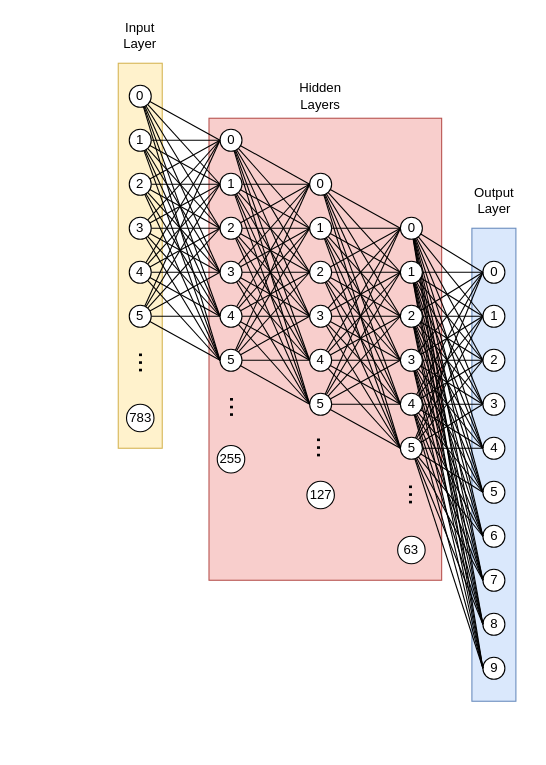
This is nn.drawio from UE4-DevJosh/Neural-Network-Image-Recognition, a draw.io file, before an edit. Source tidied: cells renumbered, new cells numbered last; positions are measured from the earlier drawing's top-left corner, leaving out a move shared by most shapes. Both pictures are drawn from the tidied source at 110%, with x=0, y=0 at pixel (107, 19).
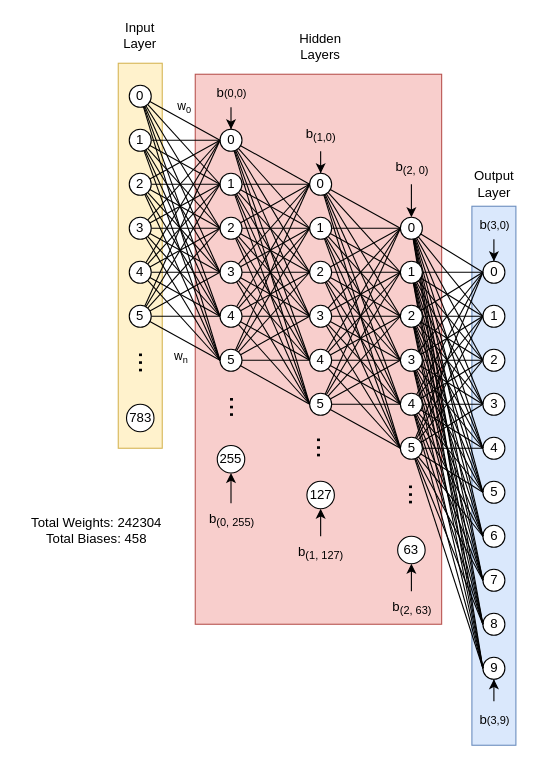
The same page after the edit.

Unchanged cells that the change refers to:
```xml
<mxCell id="5" value="0" style="ellipse;whiteSpace=wrap;html=1;" parent="1" vertex="1">
  <mxGeometry x="341.5" y="220" width="20" height="20" as="geometry" />
</mxCell>
<mxCell id="14" value="9" style="ellipse;whiteSpace=wrap;html=1;" parent="1" vertex="1">
  <mxGeometry x="341.5" y="580" width="20" height="20" as="geometry" />
</mxCell>
<mxCell id="25" value="0" style="ellipse;whiteSpace=wrap;html=1;" parent="1" vertex="1">
  <mxGeometry x="266.5" y="180" width="20" height="20" as="geometry" />
</mxCell>
<mxCell id="82" value="63" style="ellipse;whiteSpace=wrap;html=1;" parent="1" vertex="1">
  <mxGeometry x="264" y="470" width="25" height="25" as="geometry" />
</mxCell>
<mxCell id="89" value="0" style="ellipse;whiteSpace=wrap;html=1;" parent="1" vertex="1">
  <mxGeometry x="184" y="140" width="20" height="20" as="geometry" />
</mxCell>
<mxCell id="125" value="127" style="ellipse;whiteSpace=wrap;html=1;" parent="1" vertex="1">
  <mxGeometry x="181.5" y="420" width="25" height="25" as="geometry" />
</mxCell>
<mxCell id="133" value="0" style="ellipse;whiteSpace=wrap;html=1;" parent="1" vertex="1">
  <mxGeometry x="102.5" y="100" width="20" height="20" as="geometry" />
</mxCell>
<mxCell id="170" value="255" style="ellipse;whiteSpace=wrap;html=1;" parent="1" vertex="1">
  <mxGeometry x="100" y="387.5" width="25" height="25" as="geometry" />
</mxCell>
<mxCell id="171" style="rounded=0;jettySize=auto;html=1;entryX=0;entryY=0.5;entryDx=0;entryDy=0;strokeColor=default;endArrow=none;endFill=0;" parent="1" edge="1" source="177" target="133">
  <mxGeometry relative="1" as="geometry" />
</mxCell>
<mxCell id="211" style="rounded=0;jettySize=auto;html=1;entryX=0;entryY=0.5;entryDx=0;entryDy=0;endArrow=none;endFill=0;" parent="1" edge="1" source="212" target="168">
  <mxGeometry relative="1" as="geometry" />
</mxCell>
```

Change to the diagram source:
```diff
@@
     <mxCell id="2" style="rounded=0;whiteSpace=wrap;html=1;fillColor=#f8cecc;strokeColor=#b85450;" parent="1" vertex="1">
-      <mxGeometry x="92.5" y="90" width="211.5" height="420" as="geometry" />
+      <mxGeometry x="80" y="50" width="224" height="500" as="geometry" />
     </mxCell>
@@
     <mxCell id="4" style="rounded=0;whiteSpace=wrap;html=1;fillColor=#dae8fc;strokeColor=#6c8ebf;" parent="1" vertex="1">
-      <mxGeometry x="331.5" y="190" width="40" height="430" as="geometry" />
+      <mxGeometry x="331.5" y="170" width="40" height="490" as="geometry" />
     </mxCell>
@@
+    <mxCell id="218" value="w&lt;font size=&quot;1&quot;&gt;&lt;sub&gt;0&lt;/sub&gt;&lt;/font&gt;" style="edgeLabel;html=1;align=center;verticalAlign=middle;" parent="171" vertex="1">
+      <mxGeometry x="-0.09" relative="1" as="geometry">
+        <mxPoint x="2" y="-11" as="offset" />
+      </mxGeometry>
+    </mxCell>
@@
+    <mxCell id="219" value="w&lt;font size=&quot;1&quot;&gt;&lt;sub&gt;n&lt;/sub&gt;&lt;/font&gt;" style="edgeLabel;html=1;align=center;verticalAlign=middle;" parent="211" vertex="1">
+      <mxGeometry x="0.09" y="-1" relative="1" as="geometry">
+        <mxPoint x="-7" y="11" as="offset" />
+      </mxGeometry>
+    </mxCell>
@@
     <mxCell id="215" value="Output Layer" style="text;html=1;strokeColor=none;fillColor=none;align=center;verticalAlign=middle;whiteSpace=wrap;rounded=0;" parent="1" vertex="1">
-      <mxGeometry x="321.5" y="150" width="60" height="30" as="geometry" />
+      <mxGeometry x="321.5" y="135" width="60" height="30" as="geometry" />
     </mxCell>
@@
     <mxCell id="217" value="Hidden Layers" style="text;html=1;strokeColor=none;fillColor=none;align=center;verticalAlign=middle;whiteSpace=wrap;rounded=0;" parent="1" vertex="1">
-      <mxGeometry x="164" y="55" width="60" height="30" as="geometry" />
+      <mxGeometry x="164" y="10" width="60" height="30" as="geometry" />
     </mxCell>
+    <mxCell id="220" style="edgeStyle=orthogonalEdgeStyle;rounded=0;jettySize=auto;html=1;entryX=0.5;entryY=0;entryDx=0;entryDy=0;" parent="1" edge="1" source="221" target="89">
+      <mxGeometry relative="1" as="geometry" />
+    </mxCell>
+    <mxCell id="221" value="b&lt;sub&gt;(1,0)&lt;/sub&gt;" style="text;html=1;align=center;verticalAlign=middle;points=[];strokeColor=none;fillColor=none;" parent="1" vertex="1">
+      <mxGeometry x="169" y="90" width="50" height="30" as="geometry" />
+    </mxCell>
+    <mxCell id="222" style="edgeStyle=orthogonalEdgeStyle;rounded=0;jettySize=auto;html=1;entryX=0.5;entryY=0;entryDx=0;entryDy=0;" parent="1" edge="1" source="223" target="25">
+      <mxGeometry relative="1" as="geometry" />
+    </mxCell>
+    <mxCell id="223" value="b&lt;sub&gt;(2, 0)&lt;/sub&gt;" style="text;html=1;align=center;verticalAlign=middle;points=[];strokeColor=none;fillColor=none;" parent="1" vertex="1">
+      <mxGeometry x="251.5" y="120" width="50" height="30" as="geometry" />
+    </mxCell>
+    <mxCell id="224" value="Total Weights: 242304&lt;br&gt;Total Biases: 458" style="text;html=1;align=center;verticalAlign=middle;strokeColor=none;fillColor=none;" parent="1" vertex="1">
+      <mxGeometry x="-80" y="445" width="140" height="40" as="geometry" />
+    </mxCell>
+    <mxCell id="225" style="edgeStyle=orthogonalEdgeStyle;rounded=0;jettySize=auto;html=1;entryX=0.5;entryY=0;entryDx=0;entryDy=0;" parent="1" edge="1" source="226" target="133">
+      <mxGeometry relative="1" as="geometry" />
+    </mxCell>
+    <mxCell id="226" value="&lt;sub&gt;&lt;span style=&quot;font-size: 12px;&quot;&gt;b&lt;/span&gt;(0,0)&lt;/sub&gt;" style="text;html=1;align=center;verticalAlign=middle;points=[];strokeColor=none;fillColor=none;" parent="1" vertex="1">
+      <mxGeometry x="87.5" y="50" width="50" height="30" as="geometry" />
+    </mxCell>
+    <mxCell id="227" style="edgeStyle=orthogonalEdgeStyle;rounded=0;jettySize=auto;html=1;entryX=0.5;entryY=1;entryDx=0;entryDy=0;" parent="1" edge="1" source="228" target="170">
+      <mxGeometry relative="1" as="geometry" />
+    </mxCell>
+    <mxCell id="228" value="b&lt;sub&gt;(0, 255)&lt;/sub&gt;" style="text;html=1;align=center;verticalAlign=middle;points=[];strokeColor=none;fillColor=none;" parent="1" vertex="1">
+      <mxGeometry x="82.5" y="440" width="60" height="30" as="geometry" />
+    </mxCell>
+    <mxCell id="229" style="edgeStyle=orthogonalEdgeStyle;rounded=0;jettySize=auto;html=1;entryX=0.5;entryY=1;entryDx=0;entryDy=0;" parent="1" edge="1" source="230" target="125">
+      <mxGeometry relative="1" as="geometry" />
+    </mxCell>
+    <mxCell id="230" value="b&lt;sub&gt;(1, 127)&lt;/sub&gt;" style="text;html=1;align=center;verticalAlign=middle;points=[];strokeColor=none;fillColor=none;" parent="1" vertex="1">
+      <mxGeometry x="164" y="470" width="60" height="30" as="geometry" />
+    </mxCell>
+    <mxCell id="231" style="edgeStyle=orthogonalEdgeStyle;rounded=0;jettySize=auto;html=1;entryX=0.5;entryY=1;entryDx=0;entryDy=0;" parent="1" edge="1" source="232" target="82">
+      <mxGeometry relative="1" as="geometry" />
+    </mxCell>
+    <mxCell id="232" value="b&lt;sub&gt;(2, 63)&lt;/sub&gt;" style="text;html=1;align=center;verticalAlign=middle;points=[];strokeColor=none;fillColor=none;" parent="1" vertex="1">
+      <mxGeometry x="246.5" y="520" width="60" height="30" as="geometry" />
+    </mxCell>
+    <mxCell id="233" style="edgeStyle=orthogonalEdgeStyle;rounded=0;jettySize=auto;html=1;entryX=0.5;entryY=0;entryDx=0;entryDy=0;" parent="1" edge="1" source="234" target="5">
+      <mxGeometry relative="1" as="geometry" />
+    </mxCell>
+    <mxCell id="234" value="&lt;sub&gt;&lt;span style=&quot;font-size: 12px;&quot;&gt;b&lt;/span&gt;(3,0)&lt;/sub&gt;" style="text;html=1;align=center;verticalAlign=middle;points=[];strokeColor=none;fillColor=none;" parent="1" vertex="1">
+      <mxGeometry x="326.5" y="170" width="50" height="30" as="geometry" />
+    </mxCell>
+    <mxCell id="235" style="edgeStyle=orthogonalEdgeStyle;rounded=0;jettySize=auto;html=1;entryX=0.5;entryY=1;entryDx=0;entryDy=0;" parent="1" edge="1" source="236" target="14">
+      <mxGeometry relative="1" as="geometry" />
+    </mxCell>
+    <mxCell id="236" value="&lt;sub&gt;&lt;span style=&quot;font-size: 12px;&quot;&gt;b&lt;/span&gt;(3,9)&lt;/sub&gt;" style="text;html=1;align=center;verticalAlign=middle;points=[];strokeColor=none;fillColor=none;" parent="1" vertex="1">
+      <mxGeometry x="326.5" y="620" width="50" height="30" as="geometry" />
+    </mxCell>
```
